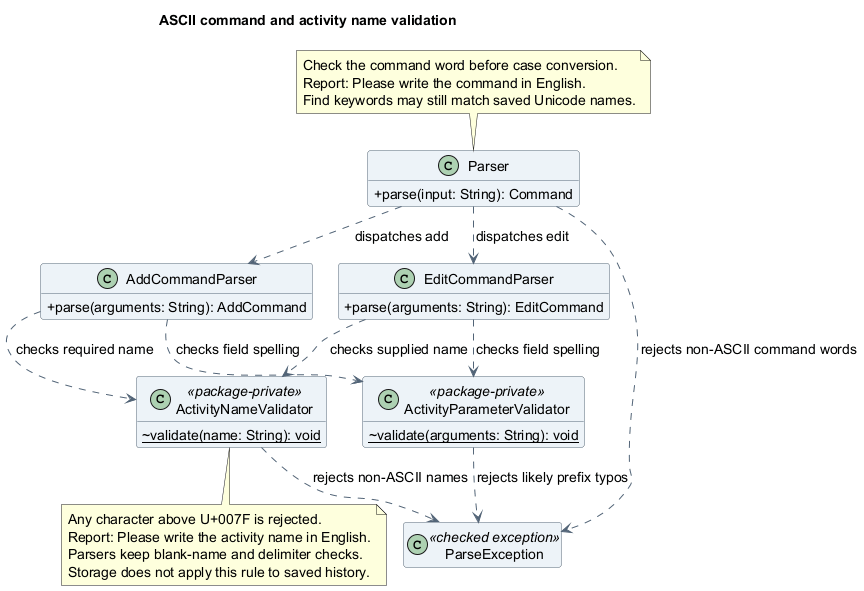
This is docs/images/luke/class/ActivityNameValidatorClassDiagram.png from AY2627S1-CS2113-T10-4/tp, a PlantUML export, as it was before one commit.
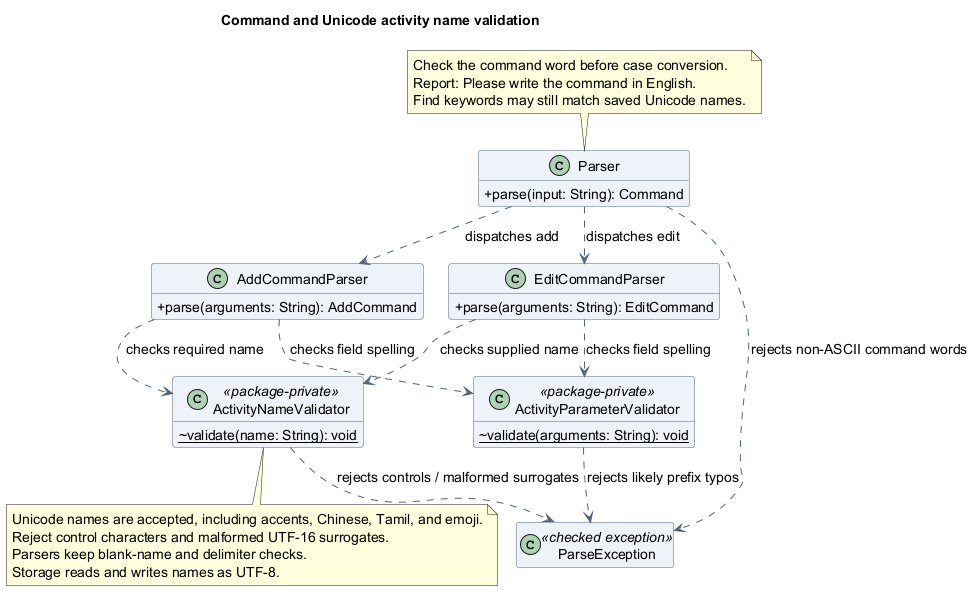
The same diagram one commit later.

Diff of the diagram source:
```diff
@@ -1,6 +1,6 @@
 @startuml
 !pragma layout smetana
-title ASCII command and activity name validation
+title Command and Unicode activity name validation
 skinparam backgroundColor white
 skinparam shadowing false
 skinparam defaultFontName SansSerif
@@ -36,7 +36,7 @@
 AddCommandParser ..> ActivityParameterValidator : checks field spelling
 EditCommandParser ..> ActivityParameterValidator : checks field spelling
 ActivityParameterValidator ..> ParseException : rejects likely prefix typos
-ActivityNameValidator ..> ParseException : rejects non-ASCII names
+ActivityNameValidator ..> ParseException : rejects controls / malformed surrogates
 
 note top of Parser
   Check the command word before case conversion.
@@ -45,9 +45,9 @@
 end note
 
 note bottom of ActivityNameValidator
-  Any character above U+007F is rejected.
-  Report: Please write the activity name in English.
+  Unicode names are accepted, including accents, Chinese, Tamil, and emoji.
+  Reject control characters and malformed UTF-16 surrogates.
   Parsers keep blank-name and delimiter checks.
-  Storage does not apply this rule to saved history.
+  Storage reads and writes names as UTF-8.
 end note
 @enduml
```
